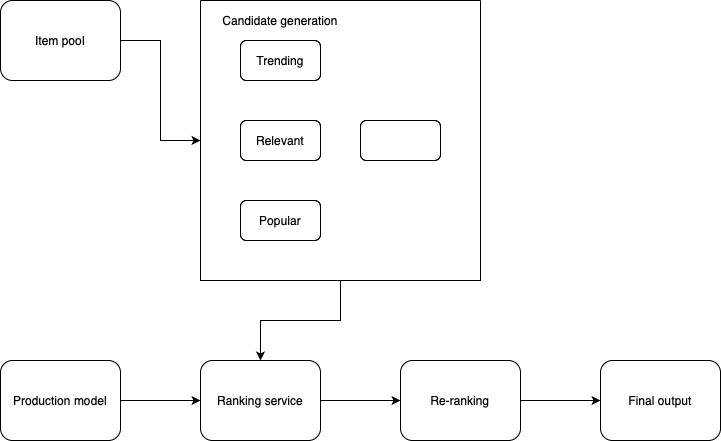
Earlier version of the draw.io export machine-learning/image/machine-learning-system-design-0/instagram-3.png (riehseun/riehseun.github.io). Source tidied: cells renumbered, new cells last; positions are measured from the earlier drawing's top-left corner, leaving out a move shared by most shapes. Its diagram source:
```xml
<mxGraphModel>
  <root>
    <mxCell id="0" />
    <mxCell id="1" parent="0" />
    <mxCell id="2" style="edgeStyle=orthogonalEdgeStyle;rounded=0;jettySize=auto;html=1;exitX=1;exitY=0.5;exitDx=0;exitDy=0;entryX=0;entryY=0.5;entryDx=0;entryDy=0;" parent="1" edge="1" source="3" target="12">
      <mxGeometry relative="1" as="geometry" />
    </mxCell>
    <mxCell id="3" value="Item pool" style="rounded=1;whiteSpace=wrap;html=1;" parent="1" vertex="1">
      <mxGeometry width="120" height="80" as="geometry" />
    </mxCell>
    <mxCell id="4" style="edgeStyle=orthogonalEdgeStyle;rounded=0;jettySize=auto;html=1;exitX=1;exitY=0.5;exitDx=0;exitDy=0;entryX=0;entryY=0.5;entryDx=0;entryDy=0;" parent="1" edge="1" source="5" target="7">
      <mxGeometry relative="1" as="geometry" />
    </mxCell>
    <mxCell id="5" value="Production model" style="rounded=1;whiteSpace=wrap;html=1;" parent="1" vertex="1">
      <mxGeometry y="360" width="120" height="80" as="geometry" />
    </mxCell>
    <mxCell id="6" style="edgeStyle=orthogonalEdgeStyle;rounded=0;jettySize=auto;html=1;exitX=1;exitY=0.5;exitDx=0;exitDy=0;entryX=0;entryY=0.5;entryDx=0;entryDy=0;" parent="1" edge="1" source="7" target="9">
      <mxGeometry relative="1" as="geometry" />
    </mxCell>
    <mxCell id="7" value="Ranking service" style="rounded=1;whiteSpace=wrap;html=1;" parent="1" vertex="1">
      <mxGeometry x="200" y="360" width="120" height="80" as="geometry" />
    </mxCell>
    <mxCell id="8" style="edgeStyle=orthogonalEdgeStyle;rounded=0;jettySize=auto;html=1;exitX=1;exitY=0.5;exitDx=0;exitDy=0;entryX=0;entryY=0.5;entryDx=0;entryDy=0;" parent="1" edge="1" source="9" target="10">
      <mxGeometry relative="1" as="geometry" />
    </mxCell>
    <mxCell id="9" value="Re-ranking" style="rounded=1;whiteSpace=wrap;html=1;" parent="1" vertex="1">
      <mxGeometry x="400" y="360" width="120" height="80" as="geometry" />
    </mxCell>
    <mxCell id="10" value="Final output" style="rounded=1;whiteSpace=wrap;html=1;" parent="1" vertex="1">
      <mxGeometry x="600" y="360" width="120" height="80" as="geometry" />
    </mxCell>
    <mxCell id="11" style="edgeStyle=orthogonalEdgeStyle;rounded=0;jettySize=auto;html=1;exitX=0.5;exitY=1;exitDx=0;exitDy=0;entryX=0.5;entryY=0;entryDx=0;entryDy=0;" parent="1" edge="1" source="12" target="7">
      <mxGeometry relative="1" as="geometry" />
    </mxCell>
    <mxCell id="12" style="swimlane;startSize=0;" parent="1" vertex="1">
      <mxGeometry x="200" width="280" height="280" as="geometry" />
    </mxCell>
    <mxCell id="13" value="Trending" style="rounded=1;whiteSpace=wrap;html=1;" parent="12" vertex="1">
      <mxGeometry x="40" y="40" width="80" height="40" as="geometry" />
    </mxCell>
    <mxCell id="14" value="Popular" style="rounded=1;whiteSpace=wrap;html=1;" parent="12" vertex="1">
      <mxGeometry x="40" y="200" width="80" height="40" as="geometry" />
    </mxCell>
    <mxCell id="15" value="Relevant" style="rounded=1;whiteSpace=wrap;html=1;" parent="12" vertex="1">
      <mxGeometry x="40" y="120" width="80" height="40" as="geometry" />
    </mxCell>
    <mxCell id="16" style="rounded=1;whiteSpace=wrap;html=1;" parent="12" vertex="1">
      <mxGeometry x="160" y="120" width="80" height="40" as="geometry" />
    </mxCell>
    <mxCell id="17" value="Candidate generation" style="text;html=1;align=center;verticalAlign=middle;whiteSpace=wrap;rounded=0;" parent="12" vertex="1">
      <mxGeometry width="160" height="40" as="geometry" />
    </mxCell>
  </root>
</mxGraphModel>
```
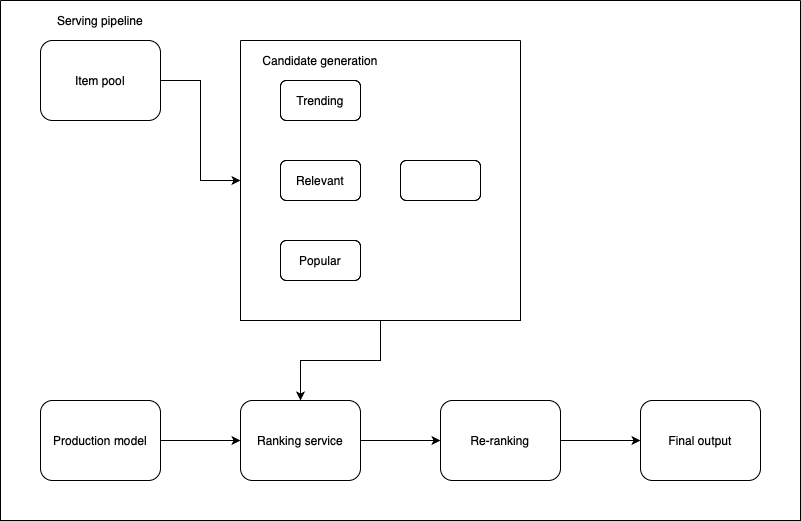
After the change.

The edit, as a diff of the source:
```diff
@@ -50,5 +50,11 @@
     <mxCell id="17" value="Candidate generation" style="text;html=1;align=center;verticalAlign=middle;whiteSpace=wrap;rounded=0;" parent="12" vertex="1">
       <mxGeometry width="160" height="40" as="geometry" />
     </mxCell>
+    <mxCell id="18" style="swimlane;startSize=0;" parent="1" vertex="1">
+      <mxGeometry x="-40" y="-40" width="800" height="520" as="geometry" />
+    </mxCell>
+    <mxCell id="19" value="Serving pipeline" style="text;html=1;align=center;verticalAlign=middle;whiteSpace=wrap;rounded=0;" parent="18" vertex="1">
+      <mxGeometry width="200" height="40" as="geometry" />
+    </mxCell>
   </root>
 </mxGraphModel>
```
